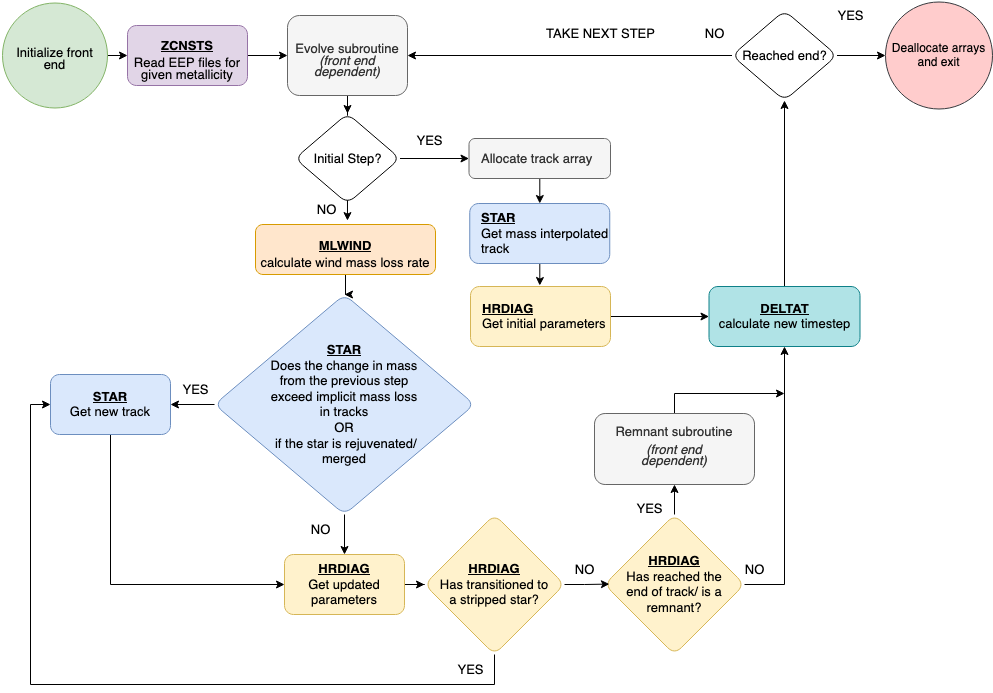
poojanagrawal/METISSE_binary keeps this draw.io diagram as docs/build/html/_images/METISSE_flowchart.png. Above is the earlier version. Source tidied: cells renumbered, new cells last; positions are measured from the earlier drawing's top-left corner, leaving out a move shared by most shapes.
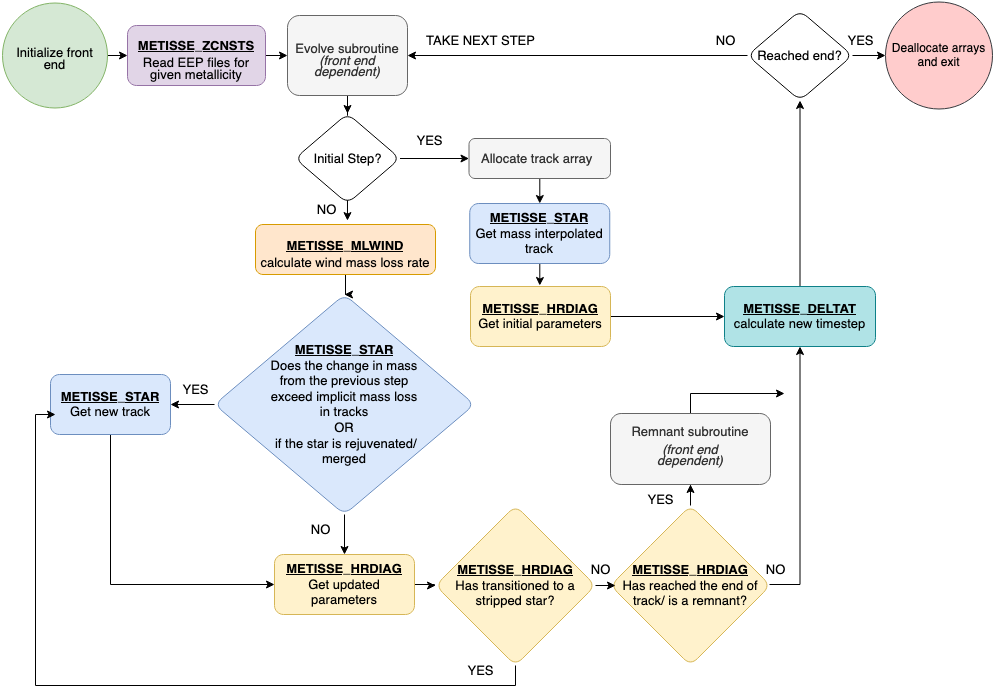
The same diagram one commit later.

Diff of the diagram source:
```diff
@@ -16,4 +16,4 @@
     </mxCell>
-    <mxCell id="5" value="&lt;br style=&quot;font-size: 13px;&quot;&gt;&lt;p style=&quot;line-height: 90%; margin-top: 0pt; margin-bottom: 4.2pt; text-indent: 0in; text-align: center; direction: ltr; word-break: normal; font-size: 13px;&quot;&gt;&lt;span style=&quot;font-size: 13px;&quot;&gt;&lt;u style=&quot;font-size: 13px;&quot;&gt;&lt;b style=&quot;font-size: 13px;&quot;&gt;ZCNSTS&lt;/b&gt;&lt;/u&gt;&lt;/span&gt;&lt;/p&gt;&lt;p style=&quot;line-height: 90%; margin-top: 0pt; margin-bottom: 4.2pt; text-indent: 0in; text-align: center; direction: ltr; word-break: normal; font-size: 13px;&quot;&gt;&lt;span style=&quot;font-size: 13px;&quot;&gt;Read EEP files for&lt;br style=&quot;font-size: 13px;&quot;&gt;given metallicity &lt;/span&gt;&lt;/p&gt;" style="rounded=1;whiteSpace=wrap;html=1;fontFamily=Helvetica;fontStyle=0;fillColor=#e1d5e7;strokeColor=#9673a6;fontSize=13;" parent="1" vertex="1">
-      <mxGeometry x="125" y="25" width="120" height="60" as="geometry" />
+    <mxCell id="5" value="&lt;br style=&quot;font-size: 13px;&quot;&gt;&lt;p style=&quot;line-height: 90%; margin-top: 0pt; margin-bottom: 4.2pt; text-indent: 0in; text-align: center; direction: ltr; word-break: normal; font-size: 13px;&quot;&gt;&lt;span style=&quot;font-size: 13px;&quot;&gt;&lt;u style=&quot;font-size: 13px;&quot;&gt;&lt;b style=&quot;font-size: 13px;&quot;&gt;METISSE_ZCNSTS&lt;/b&gt;&lt;/u&gt;&lt;/span&gt;&lt;/p&gt;&lt;p style=&quot;line-height: 90%; margin-top: 0pt; margin-bottom: 4.2pt; text-indent: 0in; text-align: center; direction: ltr; word-break: normal; font-size: 13px;&quot;&gt;&lt;span style=&quot;font-size: 13px;&quot;&gt;Read EEP files for&lt;br style=&quot;font-size: 13px;&quot;&gt;given metallicity &lt;/span&gt;&lt;/p&gt;" style="rounded=1;whiteSpace=wrap;html=1;fontFamily=Helvetica;fontStyle=0;fillColor=#e1d5e7;strokeColor=#9673a6;fontSize=13;" parent="1" vertex="1">
+      <mxGeometry x="125" y="25" width="138" height="60" as="geometry" />
     </mxCell>
@@ -37,3 +37,3 @@
     </mxCell>
-    <mxCell id="11" value="&lt;br style=&quot;font-size: 13px;&quot;&gt;&lt;p style=&quot;line-height: 90%; margin-top: 0pt; margin-bottom: 4.2pt; text-indent: 0in; text-align: center; direction: ltr; word-break: normal; font-size: 13px;&quot;&gt;&lt;span style=&quot;font-size: 13px;&quot;&gt;&lt;b style=&quot;font-size: 13px;&quot;&gt;&lt;u style=&quot;font-size: 13px;&quot;&gt;MLWIND&lt;/u&gt;&lt;/b&gt;&lt;/span&gt;&lt;/p&gt;&lt;p style=&quot;line-height: 90%; margin-top: 0pt; margin-bottom: 4.2pt; text-indent: 0in; text-align: center; direction: ltr; word-break: normal; font-size: 13px;&quot;&gt;&lt;span style=&quot;font-size: 13px;&quot;&gt;calculate&lt;span style=&quot;font-size: 13px;&quot;&gt; &lt;/span&gt;wind mass loss rate &lt;/span&gt;&lt;/p&gt;" style="rounded=1;whiteSpace=wrap;html=1;fontFamily=Helvetica;fontStyle=0;fillColor=#ffe6cc;strokeColor=#d79b00;fontSize=13;" parent="1" vertex="1">
+    <mxCell id="11" value="&lt;br style=&quot;font-size: 13px;&quot;&gt;&lt;p style=&quot;line-height: 90%; margin-top: 0pt; margin-bottom: 4.2pt; text-indent: 0in; text-align: center; direction: ltr; word-break: normal; font-size: 13px;&quot;&gt;&lt;span style=&quot;font-size: 13px;&quot;&gt;&lt;u style=&quot;font-size: 13px;&quot;&gt;&lt;b style=&quot;font-size: 13px;&quot;&gt;METISSE_&lt;/b&gt;&lt;/u&gt;&lt;/span&gt;&lt;span style=&quot;font-size: 13px;&quot;&gt;&lt;b style=&quot;font-size: 13px;&quot;&gt;&lt;u style=&quot;font-size: 13px;&quot;&gt;MLWIND&lt;/u&gt;&lt;/b&gt;&lt;/span&gt;&lt;/p&gt;&lt;p style=&quot;line-height: 90%; margin-top: 0pt; margin-bottom: 4.2pt; text-indent: 0in; text-align: center; direction: ltr; word-break: normal; font-size: 13px;&quot;&gt;&lt;span style=&quot;font-size: 13px;&quot;&gt;calculate&lt;span style=&quot;font-size: 13px;&quot;&gt; &lt;/span&gt;wind mass loss rate &lt;/span&gt;&lt;/p&gt;" style="rounded=1;whiteSpace=wrap;html=1;fontFamily=Helvetica;fontStyle=0;fillColor=#ffe6cc;strokeColor=#d79b00;fontSize=13;" parent="1" vertex="1">
       <mxGeometry x="253" y="224" width="180" height="50" as="geometry" />
@@ -52,3 +52,3 @@
     </mxCell>
-    <mxCell id="16" value="&lt;u style=&quot;font-size: 13px;&quot;&gt;&lt;b style=&quot;font-size: 13px;&quot;&gt;STAR&lt;/b&gt;&lt;/u&gt;&lt;br style=&quot;font-size: 13px;&quot;&gt;Does the change in mass from the previous step exceed implicit mass loss in tracks&lt;br style=&quot;font-size: 13px;&quot;&gt;OR&lt;br style=&quot;font-size: 13px;&quot;&gt;&amp;nbsp;if the star is rejuvenated/ merged" style="rhombus;rounded=1;spacingLeft=50;spacingRight=50;fontFamily=Helvetica;fontStyle=0;fillColor=#dae8fc;strokeColor=#6c8ebf;whiteSpace=wrap;labelBorderColor=none;textShadow=0;labelPosition=center;verticalLabelPosition=middle;align=center;verticalAlign=middle;html=1;fontSize=13;" parent="1" vertex="1">
+    <mxCell id="16" value="&lt;span style=&quot;font-size: 13px;&quot;&gt;&lt;u style=&quot;font-size: 13px;&quot;&gt;&lt;b style=&quot;font-size: 13px;&quot;&gt;METISSE_&lt;/b&gt;&lt;/u&gt;&lt;/span&gt;&lt;u style=&quot;font-size: 13px;&quot;&gt;&lt;b style=&quot;font-size: 13px;&quot;&gt;STAR&lt;/b&gt;&lt;/u&gt;&lt;br style=&quot;font-size: 13px;&quot;&gt;Does the change in mass from the previous step exceed implicit mass loss in tracks&lt;br style=&quot;font-size: 13px;&quot;&gt;OR&lt;br style=&quot;font-size: 13px;&quot;&gt;&amp;nbsp;if the star is rejuvenated/ merged" style="rhombus;rounded=1;spacingLeft=50;spacingRight=50;fontFamily=Helvetica;fontStyle=0;fillColor=#dae8fc;strokeColor=#6c8ebf;whiteSpace=wrap;labelBorderColor=none;textShadow=0;labelPosition=center;verticalLabelPosition=middle;align=center;verticalAlign=middle;html=1;fontSize=13;" parent="1" vertex="1">
       <mxGeometry x="212" y="294" width="260" height="220" as="geometry" />
@@ -62,3 +62,3 @@
     </mxCell>
-    <mxCell id="18" value="&lt;div style=&quot;font-size: 13px;&quot;&gt;&lt;u style=&quot;font-size: 13px;&quot;&gt;&lt;b style=&quot;font-size: 13px;&quot;&gt;STAR&lt;/b&gt;&lt;/u&gt;&lt;/div&gt;&lt;div style=&quot;font-size: 13px;&quot;&gt;Get new track&lt;br style=&quot;font-size: 13px;&quot;&gt;&lt;/div&gt;" style="rounded=1;whiteSpace=wrap;html=1;spacingLeft=10;spacingRight=10;fontStyle=0;fillColor=#dae8fc;strokeColor=#6c8ebf;fontSize=13;fontFamily=Helvetica;" parent="1" vertex="1">
+    <mxCell id="18" value="&lt;div style=&quot;font-size: 13px;&quot;&gt;&lt;span style=&quot;font-size: 13px;&quot;&gt;&lt;u style=&quot;font-size: 13px;&quot;&gt;&lt;b style=&quot;font-size: 13px;&quot;&gt;METISSE_&lt;/b&gt;&lt;/u&gt;&lt;/span&gt;&lt;u style=&quot;font-size: 13px;&quot;&gt;&lt;b style=&quot;font-size: 13px;&quot;&gt;STAR&lt;/b&gt;&lt;/u&gt;&lt;/div&gt;&lt;div style=&quot;font-size: 13px;&quot;&gt;Get new track&lt;br style=&quot;font-size: 13px;&quot;&gt;&lt;/div&gt;" style="rounded=1;whiteSpace=wrap;html=1;spacingLeft=10;spacingRight=10;fontStyle=0;fillColor=#dae8fc;strokeColor=#6c8ebf;fontSize=13;fontFamily=Helvetica;" parent="1" vertex="1">
       <mxGeometry x="48" y="374" width="120" height="60" as="geometry" />
@@ -77,4 +77,4 @@
     </mxCell>
-    <mxCell id="23" value="&lt;div style=&quot;font-size: 13px;&quot;&gt;&lt;b style=&quot;font-size: 13px;&quot;&gt;&lt;u style=&quot;font-size: 13px;&quot;&gt;HRDIAG&lt;/u&gt;&lt;/b&gt;&lt;/div&gt;&lt;div style=&quot;font-size: 13px;&quot;&gt;Get updated parameters&lt;b style=&quot;font-size: 13px;&quot;&gt;&lt;u style=&quot;font-size: 13px;&quot;&gt;&lt;br style=&quot;font-size: 13px;&quot;&gt;&lt;/u&gt;&lt;/b&gt;&lt;/div&gt;" style="whiteSpace=wrap;html=1;rounded=1;spacingLeft=10;spacingRight=10;fontStyle=0;fillColor=#fff2cc;strokeColor=#d6b656;fontSize=13;fontFamily=Helvetica;" parent="1" vertex="1">
-      <mxGeometry x="282" y="554" width="120" height="60" as="geometry" />
+    <mxCell id="23" value="&lt;div style=&quot;font-size: 13px;&quot;&gt;&lt;span style=&quot;font-size: 13px;&quot;&gt;&lt;u style=&quot;font-size: 13px;&quot;&gt;&lt;b style=&quot;font-size: 13px;&quot;&gt;METISSE_&lt;/b&gt;&lt;/u&gt;&lt;/span&gt;&lt;b style=&quot;font-size: 13px;&quot;&gt;&lt;u style=&quot;font-size: 13px;&quot;&gt;HRDIAG&lt;/u&gt;&lt;/b&gt;&lt;/div&gt;&lt;div style=&quot;font-size: 13px;&quot;&gt;Get updated parameters&lt;b style=&quot;font-size: 13px;&quot;&gt;&lt;u style=&quot;font-size: 13px;&quot;&gt;&lt;br style=&quot;font-size: 13px;&quot;&gt;&lt;/u&gt;&lt;/b&gt;&lt;/div&gt;" style="whiteSpace=wrap;html=1;rounded=1;spacingLeft=10;spacingRight=10;fontStyle=0;fillColor=#fff2cc;strokeColor=#d6b656;fontSize=13;fontFamily=Helvetica;" parent="1" vertex="1">
+      <mxGeometry x="272" y="554" width="140" height="60" as="geometry" />
     </mxCell>
@@ -83,7 +83,9 @@
     </mxCell>
-    <mxCell id="25" style="edgeStyle=orthogonalEdgeStyle;rounded=0;jettySize=auto;html=1;entryX=0;entryY=0.5;entryDx=0;entryDy=0;fontSize=13;fontFamily=Helvetica;" parent="1" edge="1" source="26" target="18">
+    <mxCell id="25" style="edgeStyle=orthogonalEdgeStyle;rounded=0;jettySize=auto;html=1;entryX=0;entryY=0.5;entryDx=0;entryDy=0;fontSize=13;fontFamily=Helvetica;exitX=0.5;exitY=1;exitDx=0;exitDy=0;" parent="1" edge="1" source="26">
       <mxGeometry relative="1" as="geometry">
+        <mxPoint x="53" y="414" as="targetPoint" />
         <Array as="points">
-          <mxPoint x="28" y="684" />
-          <mxPoint x="28" y="404" />
+          <mxPoint x="513" y="685" />
+          <mxPoint x="33" y="685" />
+          <mxPoint x="33" y="414" />
         </Array>
@@ -91,7 +93,7 @@
     </mxCell>
-    <mxCell id="26" value="&lt;div style=&quot;font-size: 13px;&quot;&gt;&lt;b style=&quot;font-size: 13px;&quot;&gt;&lt;u style=&quot;font-size: 13px;&quot;&gt;HRDIAG&lt;/u&gt;&lt;/b&gt;&lt;/div&gt;&lt;div style=&quot;font-size: 13px;&quot;&gt;Has transitioned to a stripped star?&lt;br style=&quot;font-size: 13px;&quot;&gt;&lt;/div&gt;" style="rhombus;whiteSpace=wrap;html=1;rounded=1;spacingLeft=10;spacingRight=10;fontStyle=0;fillColor=#fff2cc;strokeColor=#d6b656;fontSize=13;fontFamily=Helvetica;" parent="1" vertex="1">
-      <mxGeometry x="422" y="514" width="140" height="140" as="geometry" />
+    <mxCell id="26" value="&lt;div style=&quot;font-size: 13px;&quot;&gt;&lt;span style=&quot;font-size: 13px;&quot;&gt;&lt;u style=&quot;font-size: 13px;&quot;&gt;&lt;b style=&quot;font-size: 13px;&quot;&gt;METISSE_&lt;/b&gt;&lt;/u&gt;&lt;/span&gt;&lt;b style=&quot;font-size: 13px;&quot;&gt;&lt;u style=&quot;font-size: 13px;&quot;&gt;HRDIAG&lt;/u&gt;&lt;/b&gt;&lt;/div&gt;&lt;div style=&quot;font-size: 13px;&quot;&gt;Has transitioned to a stripped star?&lt;br style=&quot;font-size: 13px;&quot;&gt;&lt;/div&gt;" style="rhombus;whiteSpace=wrap;html=1;rounded=1;spacingLeft=10;spacingRight=10;fontStyle=0;fillColor=#fff2cc;strokeColor=#d6b656;fontSize=13;fontFamily=Helvetica;" parent="1" vertex="1">
+      <mxGeometry x="433" y="505" width="160" height="160" as="geometry" />
     </mxCell>
     <mxCell id="27" value="YES" style="text;html=1;align=center;verticalAlign=middle;strokeColor=none;fillColor=none;fontSize=13;fontFamily=Helvetica;" parent="1" vertex="1">
-      <mxGeometry x="443" y="654" width="50" height="30" as="geometry" />
+      <mxGeometry x="453" y="655" width="50" height="30" as="geometry" />
     </mxCell>
@@ -103,3 +105,3 @@
         <Array as="points">
-          <mxPoint x="782" y="584" />
+          <mxPoint x="798" y="584" />
         </Array>
@@ -107,4 +109,4 @@
     </mxCell>
-    <mxCell id="30" value="&lt;div style=&quot;font-size: 13px;&quot;&gt;&lt;b style=&quot;font-size: 13px;&quot;&gt;&lt;u style=&quot;font-size: 13px;&quot;&gt;HRDIAG&lt;/u&gt;&lt;/b&gt;&lt;/div&gt;&lt;div style=&quot;font-size: 13px;&quot;&gt;Has reached the end of track/ is a remnant?&lt;br style=&quot;font-size: 13px;&quot;&gt;&lt;/div&gt;" style="rhombus;whiteSpace=wrap;html=1;rounded=1;spacingLeft=10;spacingRight=10;fontStyle=0;fillColor=#fff2cc;strokeColor=#d6b656;fontSize=13;fontFamily=Helvetica;" parent="1" vertex="1">
-      <mxGeometry x="602" y="514" width="140" height="140" as="geometry" />
+    <mxCell id="30" value="&lt;div style=&quot;font-size: 13px;&quot;&gt;&lt;span style=&quot;font-size: 13px;&quot;&gt;&lt;u style=&quot;font-size: 13px;&quot;&gt;&lt;b style=&quot;font-size: 13px;&quot;&gt;METISSE_&lt;/b&gt;&lt;/u&gt;&lt;/span&gt;&lt;b style=&quot;font-size: 13px;&quot;&gt;&lt;u style=&quot;font-size: 13px;&quot;&gt;HRDIAG&lt;/u&gt;&lt;/b&gt;&lt;/div&gt;&lt;div style=&quot;font-size: 13px;&quot;&gt;Has reached the end of track/ is a remnant?&lt;br style=&quot;font-size: 13px;&quot;&gt;&lt;/div&gt;" style="rhombus;whiteSpace=wrap;html=1;rounded=1;spacingLeft=10;spacingRight=10;fontStyle=0;fillColor=#fff2cc;strokeColor=#d6b656;fontSize=13;fontFamily=Helvetica;" parent="1" vertex="1">
+      <mxGeometry x="608" y="505" width="160" height="160" as="geometry" />
     </mxCell>
@@ -114,3 +116,3 @@
         <Array as="points">
-          <mxPoint x="672" y="393" />
+          <mxPoint x="688" y="393" />
         </Array>
@@ -119,12 +121,12 @@
     <mxCell id="32" value="&lt;p style=&quot;line-height: 90%; margin-top: 0pt; margin-bottom: 4.2pt; text-indent: 0in; text-align: center; direction: ltr; word-break: normal; font-size: 13px;&quot;&gt;&lt;span style=&quot;font-size: 13px;&quot;&gt;Remnant&lt;/span&gt;&lt;span style=&quot;font-size: 13px;&quot;&gt; subroutine &lt;i style=&quot;font-size: 13px;&quot;&gt;&lt;br style=&quot;font-size: 13px;&quot;&gt;&lt;/i&gt;&lt;/span&gt;&lt;/p&gt;&lt;p style=&quot;line-height: 90%; margin-top: 0pt; margin-bottom: 4.2pt; text-indent: 0in; text-align: center; direction: ltr; word-break: normal; font-size: 13px;&quot;&gt;&lt;span style=&quot;font-size: 13px;&quot;&gt;&lt;i style=&quot;font-size: 13px;&quot;&gt;(front end&lt;br style=&quot;font-size: 13px;&quot;&gt;dependent)&lt;/i&gt;&lt;/span&gt;&lt;/p&gt;" style="whiteSpace=wrap;html=1;rounded=1;spacingLeft=10;spacingRight=10;fontStyle=0;fillColor=#f5f5f5;fontColor=#333333;strokeColor=#666666;fontSize=13;fontFamily=Helvetica;" parent="1" vertex="1">
-      <mxGeometry x="592" y="413" width="160" height="71" as="geometry" />
+      <mxGeometry x="608" y="413" width="160" height="71" as="geometry" />
     </mxCell>
     <mxCell id="33" value="NO" style="text;html=1;align=center;verticalAlign=middle;strokeColor=none;fillColor=none;fontSize=13;fontFamily=Helvetica;" parent="1" vertex="1">
-      <mxGeometry x="562" y="554" width="40" height="30" as="geometry" />
+      <mxGeometry x="578" y="554" width="40" height="30" as="geometry" />
     </mxCell>
     <mxCell id="34" value="YES" style="text;html=1;align=center;verticalAlign=middle;strokeColor=none;fillColor=none;fontSize=13;fontFamily=Helvetica;" parent="1" vertex="1">
-      <mxGeometry x="622" y="493" width="50" height="30" as="geometry" />
+      <mxGeometry x="633" y="484" width="50" height="30" as="geometry" />
     </mxCell>
     <mxCell id="35" value="NO" style="text;html=1;align=center;verticalAlign=middle;strokeColor=none;fillColor=none;fontSize=13;fontFamily=Helvetica;" parent="1" vertex="1">
-      <mxGeometry x="732" y="554" width="40" height="30" as="geometry" />
+      <mxGeometry x="753" y="554" width="40" height="30" as="geometry" />
     </mxCell>
@@ -133,4 +135,4 @@
     </mxCell>
-    <mxCell id="37" value="&lt;div style=&quot;font-size: 13px;&quot;&gt;&lt;b style=&quot;font-size: 13px;&quot;&gt;&lt;u style=&quot;font-size: 13px;&quot;&gt;DELTAT&lt;/u&gt;&lt;/b&gt;&lt;/div&gt;&lt;div style=&quot;font-size: 13px;&quot;&gt;calculate new timestep&lt;br style=&quot;font-size: 13px;&quot;&gt;&lt;/div&gt;" style="rounded=1;whiteSpace=wrap;html=1;fillColor=#b0e3e6;strokeColor=#0e8088;fontSize=13;fontFamily=Helvetica;" parent="1" vertex="1">
-      <mxGeometry x="706.5" y="286" width="151" height="60" as="geometry" />
+    <mxCell id="37" value="&lt;div style=&quot;font-size: 13px;&quot;&gt;&lt;span style=&quot;font-size: 13px;&quot;&gt;&lt;u style=&quot;font-size: 13px;&quot;&gt;&lt;b style=&quot;font-size: 13px;&quot;&gt;METISSE_&lt;/b&gt;&lt;/u&gt;&lt;/span&gt;&lt;b style=&quot;font-size: 13px;&quot;&gt;&lt;u style=&quot;font-size: 13px;&quot;&gt;DELTAT&lt;/u&gt;&lt;/b&gt;&lt;/div&gt;&lt;div style=&quot;font-size: 13px;&quot;&gt;calculate new timestep&lt;br style=&quot;font-size: 13px;&quot;&gt;&lt;/div&gt;" style="rounded=1;whiteSpace=wrap;html=1;fillColor=#b0e3e6;strokeColor=#0e8088;fontSize=13;fontFamily=Helvetica;" parent="1" vertex="1">
+      <mxGeometry x="722" y="286" width="151" height="60" as="geometry" />
     </mxCell>
@@ -143,3 +145,3 @@
     <mxCell id="40" value="Reached end?" style="rhombus;whiteSpace=wrap;html=1;rounded=1;fontStyle=0;fontSize=13;fontFamily=Helvetica;" parent="1" vertex="1">
-      <mxGeometry x="729.5" y="10" width="105" height="90" as="geometry" />
+      <mxGeometry x="745" y="10" width="105" height="90" as="geometry" />
     </mxCell>
@@ -150,3 +152,3 @@
     </mxCell>
-    <mxCell id="42" value="&lt;div style=&quot;font-size: 13px;&quot;&gt;&lt;u style=&quot;font-size: 13px;&quot;&gt;&lt;b style=&quot;font-size: 13px;&quot;&gt;STAR &lt;/b&gt;&lt;/u&gt;&lt;br style=&quot;font-size: 13px;&quot;&gt;&lt;/div&gt;&lt;div style=&quot;font-size: 13px;&quot;&gt;Get mass interpolated track&lt;/div&gt;" style="whiteSpace=wrap;html=1;align=left;rounded=1;spacingLeft=10;fillColor=#dae8fc;strokeColor=#6c8ebf;fontSize=13;fontFamily=Helvetica;" parent="1" vertex="1">
+    <mxCell id="42" value="&lt;div style=&quot;font-size: 13px;&quot;&gt;&lt;span style=&quot;font-size: 13px;&quot;&gt;&lt;u style=&quot;font-size: 13px;&quot;&gt;&lt;b style=&quot;font-size: 13px;&quot;&gt;METISSE_&lt;/b&gt;&lt;/u&gt;&lt;/span&gt;&lt;u style=&quot;font-size: 13px;&quot;&gt;&lt;b style=&quot;font-size: 13px;&quot;&gt;STAR &lt;/b&gt;&lt;/u&gt;&lt;br style=&quot;font-size: 13px;&quot;&gt;&lt;/div&gt;&lt;div style=&quot;font-size: 13px;&quot;&gt;Get mass interpolated track&lt;/div&gt;" style="whiteSpace=wrap;html=1;align=center;rounded=1;spacingLeft=0;fillColor=#dae8fc;strokeColor=#6c8ebf;fontSize=13;fontFamily=Helvetica;" parent="1" vertex="1">
       <mxGeometry x="467.2" y="203" width="140" height="60" as="geometry" />
@@ -156,3 +158,3 @@
     </mxCell>
-    <mxCell id="44" value="&lt;div style=&quot;font-size: 13px;&quot;&gt;&lt;b style=&quot;font-size: 13px;&quot;&gt;&lt;u style=&quot;font-size: 13px;&quot;&gt;HRDIAG&lt;/u&gt;&lt;/b&gt;&lt;br style=&quot;font-size: 13px;&quot;&gt;&lt;/div&gt;&lt;div style=&quot;font-size: 13px;&quot;&gt;Get initial parameters&lt;/div&gt;" style="whiteSpace=wrap;html=1;align=left;rounded=1;spacingLeft=10;fillColor=#fff2cc;strokeColor=#d6b656;fontSize=13;fontFamily=Helvetica;" parent="1" vertex="1">
+    <mxCell id="44" value="&lt;div style=&quot;font-size: 13px;&quot;&gt;&lt;span style=&quot;font-size: 13px;&quot;&gt;&lt;u style=&quot;font-size: 13px;&quot;&gt;&lt;b style=&quot;font-size: 13px;&quot;&gt;METISSE_&lt;/b&gt;&lt;/u&gt;&lt;/span&gt;&lt;b style=&quot;font-size: 13px;&quot;&gt;&lt;u style=&quot;font-size: 13px;&quot;&gt;HRDIAG&lt;/u&gt;&lt;/b&gt;&lt;br style=&quot;font-size: 13px;&quot;&gt;&lt;/div&gt;&lt;div style=&quot;font-size: 13px;&quot;&gt;Get initial parameters&lt;/div&gt;" style="whiteSpace=wrap;html=1;align=center;rounded=1;spacingLeft=0;fillColor=#fff2cc;strokeColor=#d6b656;fontSize=13;fontFamily=Helvetica;" parent="1" vertex="1">
       <mxGeometry x="468" y="286" width="140" height="60" as="geometry" />
@@ -160,9 +162,9 @@
     <mxCell id="45" value="TAKE NEXT STEP" style="text;html=1;align=center;verticalAlign=middle;strokeColor=none;fillColor=none;fontSize=13;" parent="1" vertex="1">
-      <mxGeometry x="533" y="18" width="130" height="30" as="geometry" />
+      <mxGeometry x="413" y="25" width="130" height="30" as="geometry" />
     </mxCell>
     <mxCell id="46" value="YES" style="text;html=1;align=center;verticalAlign=middle;strokeColor=none;fillColor=none;fontSize=13;" parent="1" vertex="1">
-      <mxGeometry x="823" width="50" height="30" as="geometry" />
+      <mxGeometry x="833" y="25" width="50" height="30" as="geometry" />
     </mxCell>
     <mxCell id="47" value="NO" style="text;html=1;align=center;verticalAlign=middle;strokeColor=none;fillColor=none;fontSize=13;" parent="1" vertex="1">
-      <mxGeometry x="692" y="18" width="40" height="30" as="geometry" />
+      <mxGeometry x="703" y="25" width="40" height="30" as="geometry" />
     </mxCell>
```
